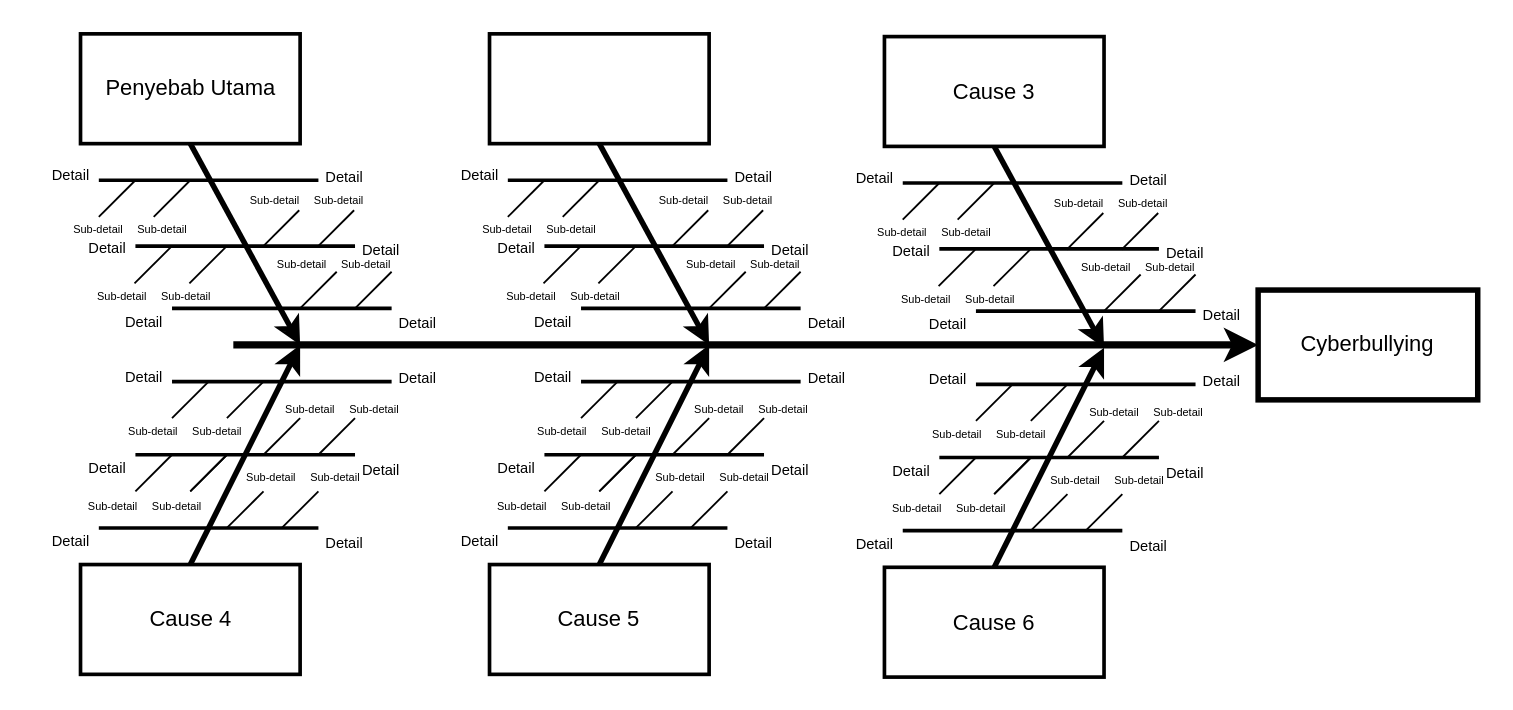
Above: Cyberbullying & etika berinternet.drawio in Umeem26/kampanye-internet-sehat (draw.io), before the change. Source tidied: cells renumbered, new cells numbered last; positions are measured from the earlier drawing's top-left corner, leaving out a move shared by most shapes. Both pictures are drawn from the tidied source at 183%, with x=0, y=0 at pixel (42, 33).
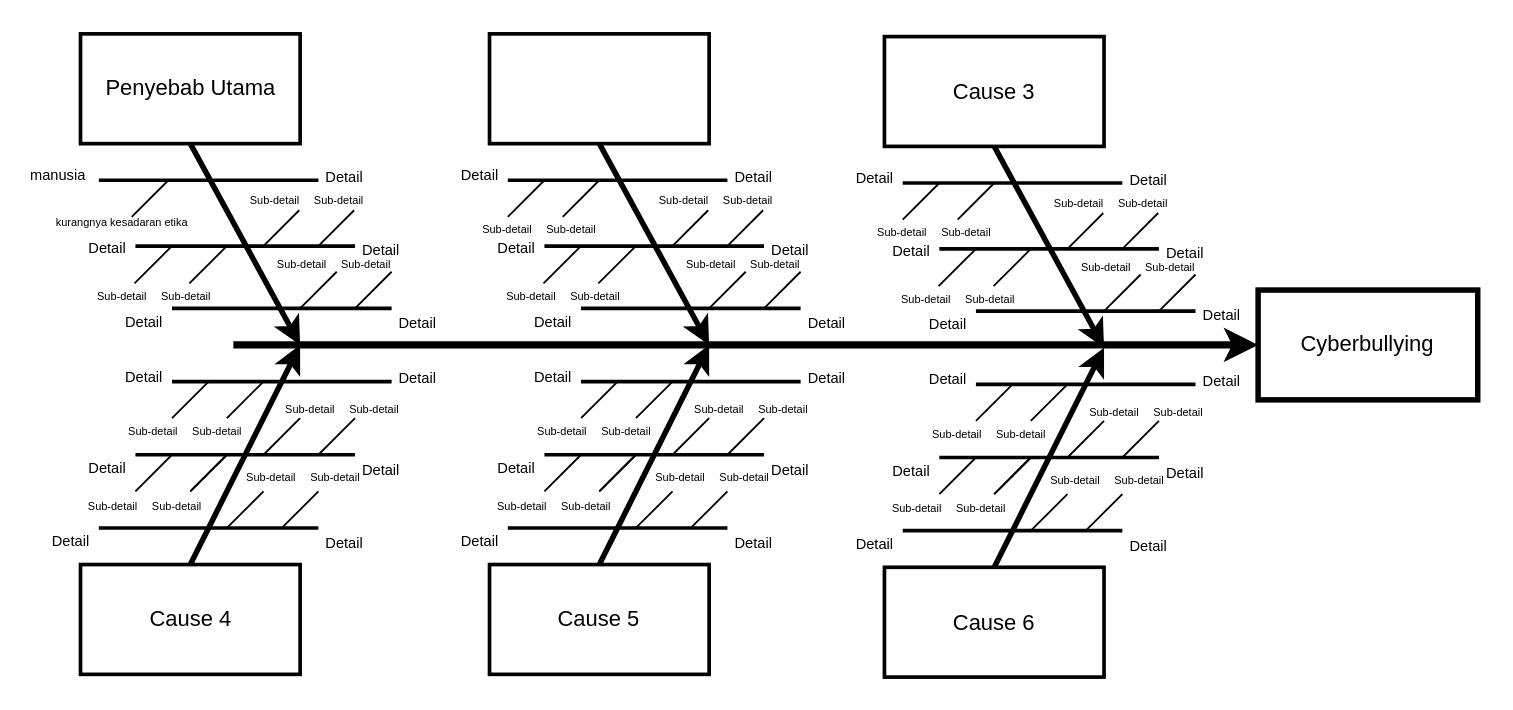
The same page after the edit.

Diff of the diagram source:
```diff
@@
-    <mxCell id="20" style="edgeStyle=none;endArrow=none;" parent="1" edge="1">
-      <mxGeometry relative="1" as="geometry">
-        <mxPoint x="60.5" y="100" as="sourcePoint" />
-        <mxPoint x="80.5" y="80" as="targetPoint" />
-      </mxGeometry>
-    </mxCell>
     <mxCell id="21" style="edgeStyle=none;endArrow=none;" parent="1" edge="1">
       <mxGeometry relative="1" as="geometry">
-        <mxPoint x="30.5" y="100" as="sourcePoint" />
-        <mxPoint x="50.5" y="80" as="targetPoint" />
+        <mxPoint x="48.5" y="100" as="sourcePoint" />
+        <mxPoint x="68.5" y="80" as="targetPoint" />
       </mxGeometry>
     </mxCell>
@@
-    <mxCell id="37" value="Detail" style="text;spacingTop=-5;fontSize=8;align=center;verticalAlign=middle;" parent="1" vertex="1">
-      <mxGeometry x="0.5" y="70" width="30" height="20" as="geometry" />
+    <mxCell id="37" value="manusia" style="text;spacingTop=-5;fontSize=8;align=center;verticalAlign=middle;" parent="1" vertex="1">
+      <mxGeometry x="-6.5" y="70" width="30" height="20" as="geometry" />
     </mxCell>
@@
-    <mxCell id="43" value="Sub-detail" style="text;spacingTop=-5;fontSize=6;align=center;verticalAlign=middle;" parent="1" vertex="1">
-      <mxGeometry x="15.5" y="100" width="30" height="20" as="geometry" />
+    <mxCell id="43" value="kurangnya kesadaran etika" style="text;spacingTop=-5;fontSize=6;align=center;verticalAlign=middle;" parent="1" vertex="1">
+      <mxGeometry x="28.5" y="95.9" width="30" height="20" as="geometry" />
     </mxCell>
-    <mxCell id="44" value="Sub-detail" style="text;spacingTop=-5;fontSize=6;align=center;verticalAlign=middle;" parent="1" vertex="1">
-      <mxGeometry x="50.5" y="100" width="30" height="20" as="geometry" />
-    </mxCell>
```
